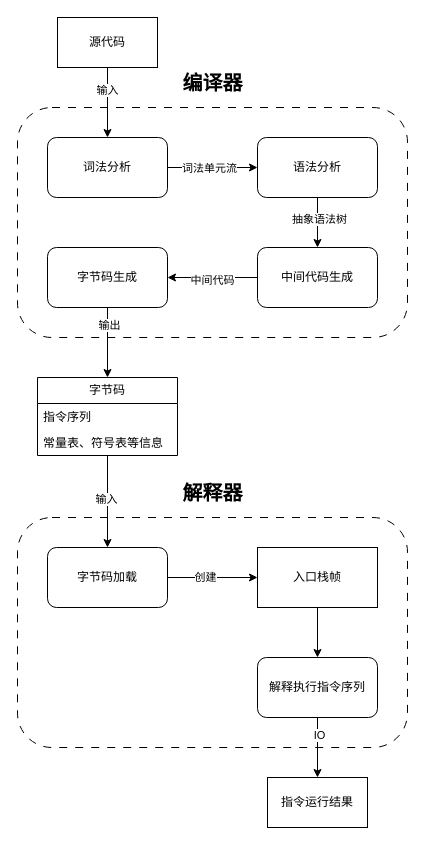
This is doc/编译器架构.drawio from nyml2003/tensorslow, a draw.io file, before an edit. Source tidied: cells renumbered, new cells numbered last; positions are measured from the earlier drawing's top-left corner, leaving out a move shared by most shapes. Both pictures are drawn from the tidied source at 100%, with x=0, y=0 at pixel (17, 17).
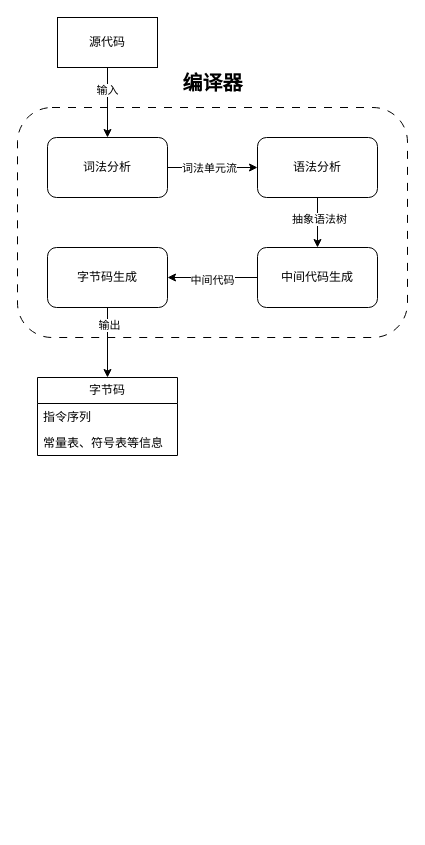
Above is the later version.

The change refers to these unchanged cells:
```xml
<mxCell id="19" value="字节码" style="swimlane;fontStyle=0;horizontal=1;startSize=26;fillColor=none;whiteSpace=wrap;html=1;" parent="1" vertex="1">
  <mxGeometry x="20" y="360" width="140" height="78" as="geometry" />
</mxCell>
```

What changed in the source:
```diff
@@
-    <mxCell id="22" style="rounded=1;whiteSpace=wrap;html=1;dashed=1;dashPattern=8 8;" parent="1" vertex="1">
-      <mxGeometry y="500" width="390" height="230" as="geometry" />
-    </mxCell>
-    <mxCell id="23" style="edgeStyle=orthogonalEdgeStyle;rounded=0;jettySize=auto;html=1;exitX=1;exitY=0.5;exitDx=0;exitDy=0;entryX=0;entryY=0.5;entryDx=0;entryDy=0;" parent="1" edge="1" source="27" target="33">
-      <mxGeometry relative="1" as="geometry" />
-    </mxCell>
-    <mxCell id="24" value="创建" style="edgeLabel;html=1;align=center;verticalAlign=middle;" parent="23" vertex="1">
-      <mxGeometry x="-0.17" y="1" relative="1" as="geometry" />
-    </mxCell>
-    <mxCell id="25" style="edgeStyle=orthogonalEdgeStyle;rounded=0;jettySize=auto;html=1;entryX=0.5;entryY=0;entryDx=0;entryDy=0;" parent="1" edge="1" source="19" target="27">
-      <mxGeometry relative="1" as="geometry" />
-    </mxCell>
-    <mxCell id="26" value="输入" style="edgeLabel;html=1;align=center;verticalAlign=middle;" parent="25" vertex="1">
-      <mxGeometry x="-0.16" y="-2" relative="1" as="geometry">
-        <mxPoint y="4" as="offset" />
-      </mxGeometry>
-    </mxCell>
-    <mxCell id="27" value="字节码加载" style="rounded=1;whiteSpace=wrap;html=1;" parent="1" vertex="1">
-      <mxGeometry x="30" y="530" width="120" height="60" as="geometry" />
-    </mxCell>
-    <mxCell id="28" style="edgeStyle=orthogonalEdgeStyle;rounded=0;jettySize=auto;html=1;exitX=0.5;exitY=1;exitDx=0;exitDy=0;" parent="1" edge="1" source="30" target="34">
-      <mxGeometry relative="1" as="geometry" />
-    </mxCell>
-    <mxCell id="29" value="IO" style="edgeLabel;html=1;align=center;verticalAlign=middle;" parent="28" vertex="1">
-      <mxGeometry x="-0.45" y="-2" relative="1" as="geometry">
-        <mxPoint x="3" as="offset" />
-      </mxGeometry>
-    </mxCell>
-    <mxCell id="30" value="解释执行指令序列" style="rounded=1;whiteSpace=wrap;html=1;" parent="1" vertex="1">
-      <mxGeometry x="240" y="640" width="120" height="60" as="geometry" />
-    </mxCell>
-    <mxCell id="31" value="解释器" style="text;html=1;align=center;verticalAlign=middle;whiteSpace=wrap;rounded=0;fontStyle=1;fontSize=20;" parent="1" vertex="1">
-      <mxGeometry x="152.5" y="460" width="85" height="30" as="geometry" />
-    </mxCell>
-    <mxCell id="32" style="edgeStyle=orthogonalEdgeStyle;rounded=0;jettySize=auto;html=1;exitX=0.5;exitY=1;exitDx=0;exitDy=0;entryX=0.5;entryY=0;entryDx=0;entryDy=0;" parent="1" edge="1" source="33" target="30">
-      <mxGeometry relative="1" as="geometry" />
-    </mxCell>
-    <mxCell id="33" value="入口栈帧" style="rounded=0;whiteSpace=wrap;html=1;" parent="1" vertex="1">
-      <mxGeometry x="240" y="530" width="120" height="60" as="geometry" />
-    </mxCell>
-    <mxCell id="34" value="指令运行结果" style="rounded=0;whiteSpace=wrap;html=1;" parent="1" vertex="1">
-      <mxGeometry x="250" y="760" width="100" height="50" as="geometry" />
-    </mxCell>
```
